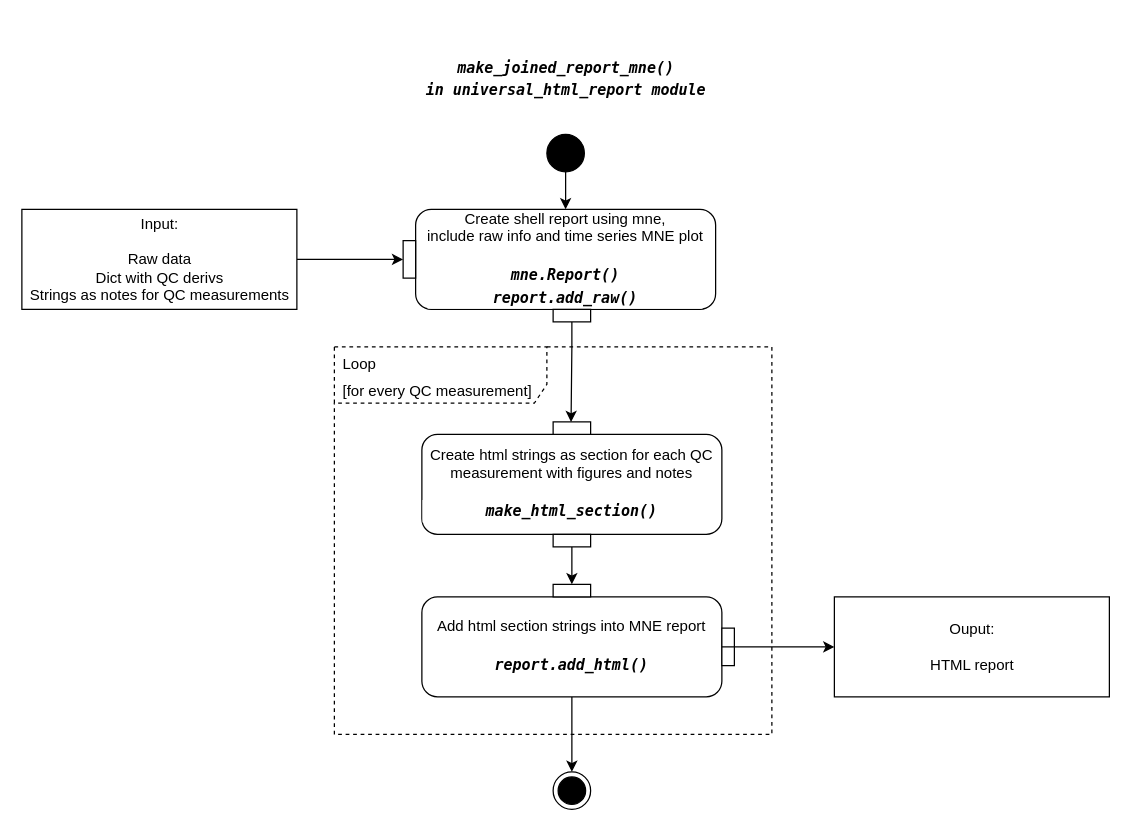
This is docs/diagrams/_Report_UML2.5.drawio from oldgandalf/MEGqcJorge, a draw.io file, before an edit. Source tidied: cells renumbered, new cells numbered last; positions are measured from the earlier drawing's top-left corner, leaving out a move shared by most shapes. Both pictures are drawn from the tidied source at 125%, with x=0, y=0 at pixel (21, 21).
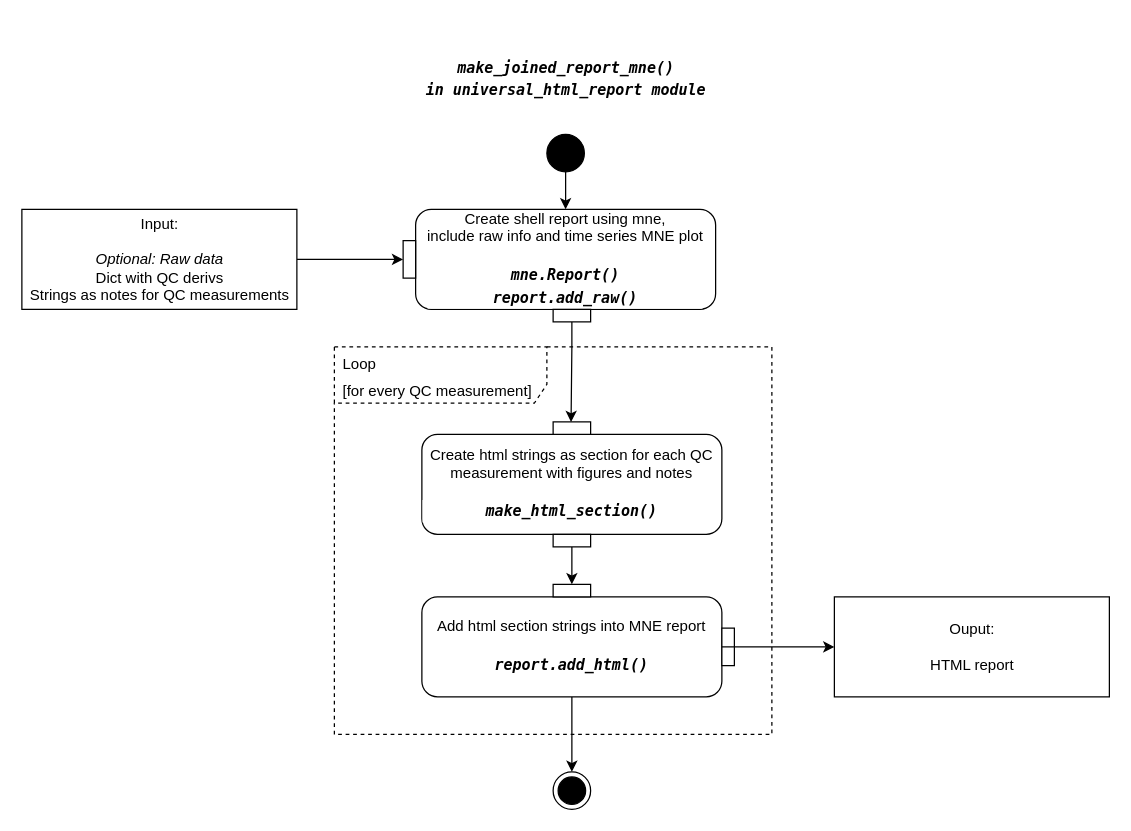
After the change.

Commit message (it also covers changes not shown here):
report+plotting UMLs

Change to the diagram source:
```diff
@@
-    <mxCell id="4" value="Input:&lt;br&gt;&lt;br&gt;Raw data&lt;br&gt;Dict with QC derivs&lt;br&gt;Strings as notes for QC measurements" style="html=1;" parent="1" vertex="1">
+    <mxCell id="4" value="Input:&lt;br&gt;&lt;br&gt;&lt;i&gt;Optional: Raw data&lt;/i&gt;&lt;br&gt;Dict with QC derivs&lt;br&gt;Strings as notes for QC measurements" style="html=1;" parent="1" vertex="1">
       <mxGeometry y="150" width="220" height="80" as="geometry" />
     </mxCell>
```
